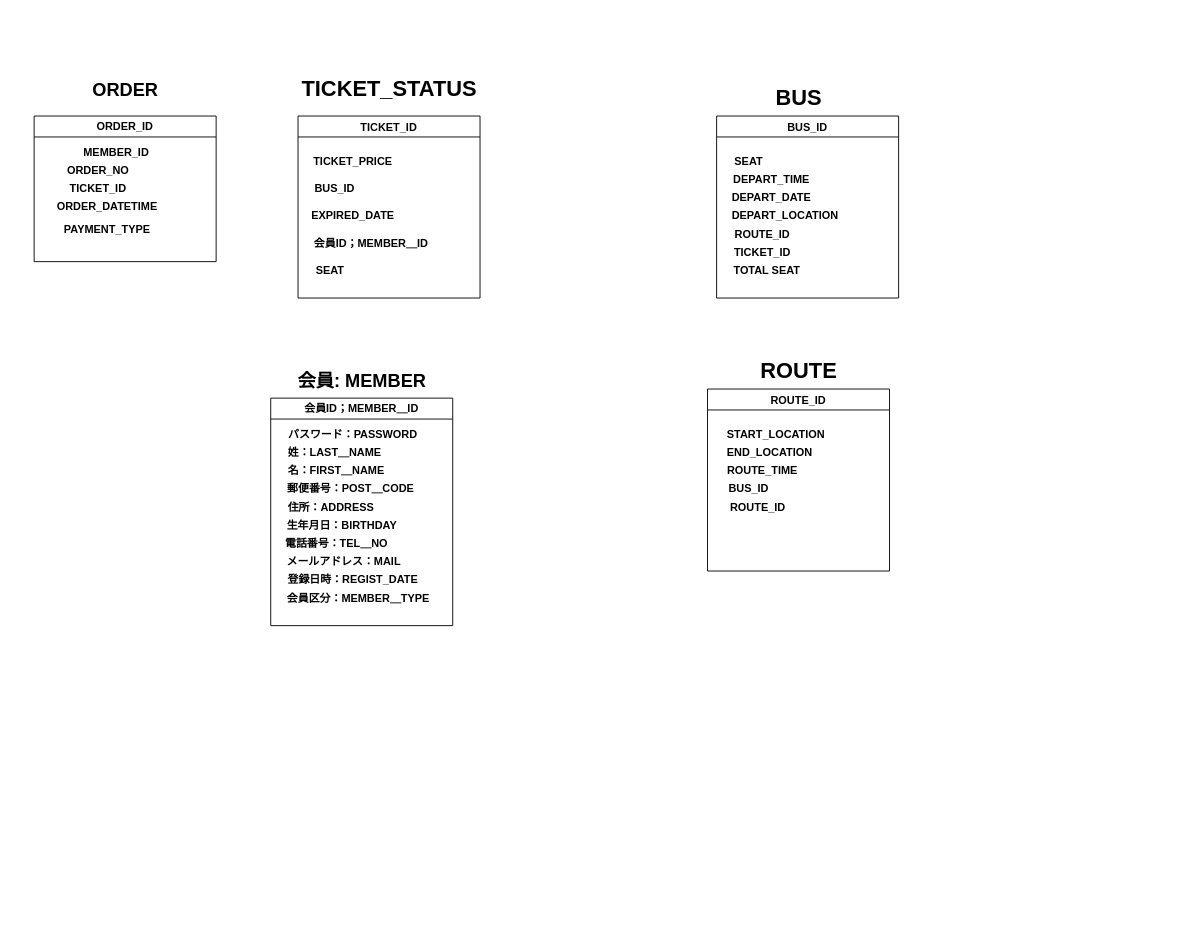
Before: Untitled Diagram.drawio in AnhTuan-Nguyen99/ERMap, a draw.io diagram. Source tidied: cells renumbered, new cells numbered last; positions are measured from the earlier drawing's top-left corner, leaving out a move shared by most shapes. Both pictures are drawn from the tidied source at 91%, with x=0, y=0 at pixel (15, 70).
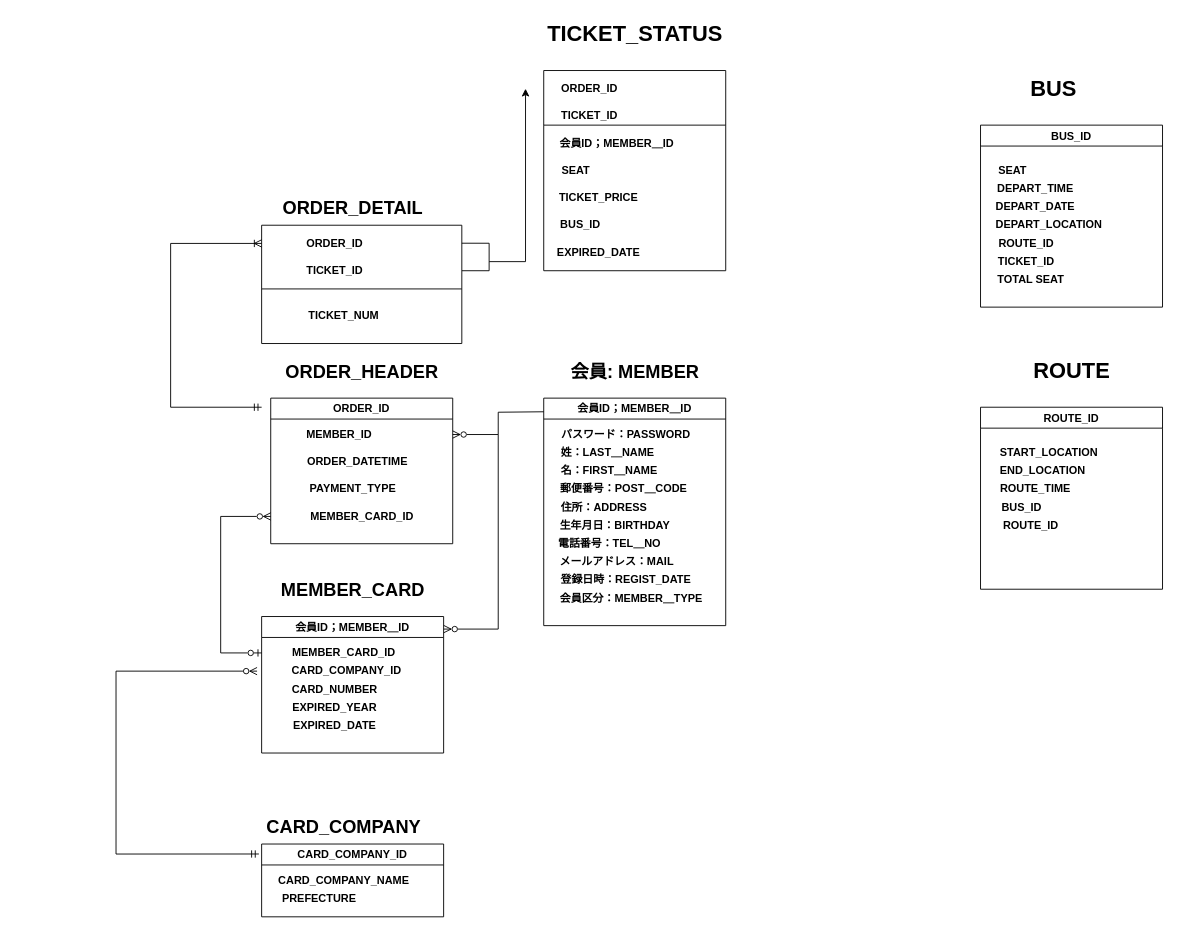
The same page after the edit.

The edit, as a diff of the source:
```diff
@@
     <mxCell id="2" value="会員ID；MEMBER＿ID" style="swimlane;whiteSpace=wrap;html=1;" parent="1" vertex="1">
-      <mxGeometry x="280" y="360" width="200" height="250" as="geometry" />
+      <mxGeometry x="580" y="360" width="200" height="250" as="geometry" />
     </mxCell>
@@
     <mxCell id="13" value="会員: MEMBER" style="text;strokeColor=none;fillColor=none;html=1;fontSize=20;fontStyle=1;verticalAlign=middle;align=center;" parent="1" vertex="1">
-      <mxGeometry x="280" y="320" width="200" height="40" as="geometry" />
+      <mxGeometry x="580" y="310" width="200" height="40" as="geometry" />
     </mxCell>
-    <mxCell id="14" value="TICKET_ID" style="swimlane;" parent="1" vertex="1">
-      <mxGeometry x="310" y="50" width="200" height="200" as="geometry" />
+    <mxCell id="14" style="swimlane;strokeColor=default;perimeterSpacing=0;strokeWidth=1;swimlaneLine=1;glass=0;shadow=0;startSize=60;" parent="1" vertex="1">
+      <mxGeometry x="580" width="200" height="220" as="geometry" />
     </mxCell>
     <mxCell id="15" value="TICKET_PRICE" style="text;strokeColor=none;fillColor=none;html=1;fontSize=12;fontStyle=1;verticalAlign=middle;align=center;" parent="14" vertex="1">
-      <mxGeometry x="-30" y="40" width="180" height="20" as="geometry" />
+      <mxGeometry x="-30" y="130" width="180" height="20" as="geometry" />
     </mxCell>
     <mxCell id="16" value="BUS_ID" style="text;strokeColor=none;fillColor=none;html=1;fontSize=12;fontStyle=1;verticalAlign=middle;align=center;" parent="14" vertex="1">
-      <mxGeometry x="-50" y="70" width="180" height="20" as="geometry" />
+      <mxGeometry x="-50" y="160" width="180" height="20" as="geometry" />
     </mxCell>
     <mxCell id="17" value="EXPIRED_DATE" style="text;strokeColor=none;fillColor=none;html=1;fontSize=12;fontStyle=1;verticalAlign=middle;align=center;" parent="14" vertex="1">
-      <mxGeometry x="-30" y="100" width="180" height="20" as="geometry" />
+      <mxGeometry x="-30" y="190" width="180" height="20" as="geometry" />
     </mxCell>
     <mxCell id="18" value="会員ID；MEMBER＿ID" style="text;strokeColor=none;fillColor=none;html=1;fontSize=12;fontStyle=1;verticalAlign=middle;align=center;" parent="14" vertex="1">
-      <mxGeometry x="-10" y="130" width="180" height="20" as="geometry" />
+      <mxGeometry x="-10" y="70" width="180" height="20" as="geometry" />
     </mxCell>
     <mxCell id="19" value="SEAT" style="text;strokeColor=none;fillColor=none;html=1;fontSize=12;fontStyle=1;verticalAlign=middle;align=center;" parent="14" vertex="1">
-      <mxGeometry x="-60" y="160" width="190" height="20" as="geometry" />
+      <mxGeometry x="-60" y="100" width="190" height="20" as="geometry" />
     </mxCell>
+    <mxCell id="44" value="TICKET_ID" style="text;strokeColor=none;fillColor=none;html=1;fontSize=12;fontStyle=1;verticalAlign=middle;align=center;" parent="14" vertex="1">
+      <mxGeometry x="-90" y="40" width="280" height="20" as="geometry" />
+    </mxCell>
+    <mxCell id="45" value="ORDER_ID" style="text;strokeColor=none;fillColor=none;html=1;fontSize=12;fontStyle=1;verticalAlign=middle;align=center;" parent="14" vertex="1">
+      <mxGeometry x="-1.2" width="102.5" height="40" as="geometry" />
+    </mxCell>
     <mxCell id="20" value="TICKET_STATUS" style="text;strokeColor=none;fillColor=none;html=1;fontSize=24;fontStyle=1;verticalAlign=middle;align=center;" parent="1" vertex="1">
-      <mxGeometry x="310" width="200" height="40" as="geometry" />
+      <mxGeometry x="580" y="-60" width="200" height="40" as="geometry" />
     </mxCell>
     <mxCell id="21" value="BUS_ID" style="swimlane;" parent="1" vertex="1">
-      <mxGeometry x="770" y="50" width="200" height="200" as="geometry" />
+      <mxGeometry x="1060" y="60" width="200" height="200" as="geometry" />
     </mxCell>
@@
     <mxCell id="29" value="BUS" style="text;strokeColor=none;fillColor=none;html=1;fontSize=24;fontStyle=1;verticalAlign=middle;align=center;" parent="1" vertex="1">
-      <mxGeometry x="760" y="10" width="200" height="40" as="geometry" />
+      <mxGeometry x="1040" width="200" height="40" as="geometry" />
     </mxCell>
     <mxCell id="30" value="ROUTE_ID" style="swimlane;" parent="1" vertex="1">
-      <mxGeometry x="760" y="350" width="200" height="200" as="geometry" />
+      <mxGeometry x="1060" y="370" width="200" height="200" as="geometry" />
     </mxCell>
@@
     <mxCell id="36" value="ROUTE" style="text;strokeColor=none;fillColor=none;html=1;fontSize=24;fontStyle=1;verticalAlign=middle;align=center;" parent="1" vertex="1">
-      <mxGeometry x="760" y="310" width="200" height="40" as="geometry" />
+      <mxGeometry x="1060" y="310" width="200" height="40" as="geometry" />
     </mxCell>
     <mxCell id="37" value="ORDER_ID" style="swimlane;whiteSpace=wrap;html=1;" parent="1" vertex="1">
-      <mxGeometry x="20" y="50" width="200" height="160" as="geometry" />
+      <mxGeometry x="280" y="360" width="200" height="160" as="geometry" />
     </mxCell>
     <mxCell id="38" value="MEMBER_ID" style="text;strokeColor=none;fillColor=none;html=1;fontSize=12;fontStyle=1;verticalAlign=middle;align=center;" parent="37" vertex="1">
-      <mxGeometry y="30" width="180" height="20" as="geometry" />
+      <mxGeometry x="-30" y="30" width="210" height="20" as="geometry" />
     </mxCell>
-    <mxCell id="39" value="ORDER_NO" style="text;strokeColor=none;fillColor=none;html=1;fontSize=12;fontStyle=1;verticalAlign=middle;align=center;" parent="37" vertex="1">
-      <mxGeometry x="-20" y="50" width="180" height="20" as="geometry" />
-    </mxCell>
-    <mxCell id="40" value="TICKET_ID" style="text;strokeColor=none;fillColor=none;html=1;fontSize=12;fontStyle=1;verticalAlign=middle;align=center;" parent="37" vertex="1">
-      <mxGeometry x="-20" y="70" width="180" height="20" as="geometry" />
-    </mxCell>
     <mxCell id="41" value="ORDER_DATETIME" style="text;strokeColor=none;fillColor=none;html=1;fontSize=12;fontStyle=1;verticalAlign=middle;align=center;" parent="37" vertex="1">
-      <mxGeometry x="-10" y="90" width="180" height="20" as="geometry" />
+      <mxGeometry y="60" width="190" height="20" as="geometry" />
     </mxCell>
     <mxCell id="42" value="PAYMENT_TYPE" style="text;strokeColor=none;fillColor=none;html=1;fontSize=12;fontStyle=1;verticalAlign=middle;align=center;" parent="37" vertex="1">
-      <mxGeometry x="-10" y="115" width="180" height="20" as="geometry" />
+      <mxGeometry x="-10" y="90" width="200" height="20" as="geometry" />
     </mxCell>
+    <mxCell id="46" value="MEMBER_CARD_ID" style="text;strokeColor=none;fillColor=none;html=1;fontSize=12;fontStyle=1;verticalAlign=middle;align=center;" parent="37" vertex="1">
+      <mxGeometry x="10" y="120" width="180" height="20" as="geometry" />
+    </mxCell>
-    <mxCell id="43" value="ORDER" style="text;strokeColor=none;fillColor=none;html=1;fontSize=20;fontStyle=1;verticalAlign=middle;align=center;" parent="1" vertex="1">
-      <mxGeometry x="20" width="200" height="40" as="geometry" />
+    <mxCell id="43" value="ORDER_HEADER" style="text;strokeColor=none;fillColor=none;html=1;fontSize=20;fontStyle=1;verticalAlign=middle;align=center;" parent="1" vertex="1">
+      <mxGeometry x="280" y="310" width="200" height="40" as="geometry" />
     </mxCell>
+    <mxCell id="47" style="edgeStyle=orthogonalEdgeStyle;rounded=0;jettySize=auto;html=1;" parent="1" edge="1" source="49">
+      <mxGeometry relative="1" as="geometry">
+        <mxPoint x="560" y="20" as="targetPoint" />
+        <Array as="points">
+          <mxPoint x="520" y="220" />
+          <mxPoint x="520" y="210" />
+          <mxPoint x="560" y="210" />
+        </Array>
+      </mxGeometry>
+    </mxCell>
+    <mxCell id="48" style="edgeStyle=orthogonalEdgeStyle;rounded=0;jettySize=auto;html=1;exitX=0.994;exitY=0.152;exitDx=0;exitDy=0;exitPerimeter=0;endArrow=none;endFill=0;" parent="1" edge="1" source="49">
+      <mxGeometry relative="1" as="geometry">
+        <mxPoint x="520" y="210" as="targetPoint" />
+      </mxGeometry>
+    </mxCell>
+    <mxCell id="49" style="swimlane;whiteSpace=wrap;html=1;startSize=70;align=center;spacing=-6;spacingTop=7;shadow=0;" parent="1" vertex="1">
+      <mxGeometry x="270" y="170" width="220" height="130" as="geometry" />
+    </mxCell>
+    <mxCell id="50" value="TICKET_NUM" style="text;strokeColor=none;fillColor=none;html=1;fontSize=12;fontStyle=1;verticalAlign=middle;align=center;" parent="49" vertex="1">
+      <mxGeometry y="90" width="180" height="20" as="geometry" />
+    </mxCell>
+    <mxCell id="51" value="ORDER_ID" style="text;strokeColor=none;fillColor=none;html=1;fontSize=12;fontStyle=1;verticalAlign=middle;align=center;" parent="49" vertex="1">
+      <mxGeometry x="28.8" width="102.5" height="40" as="geometry" />
+    </mxCell>
+    <mxCell id="52" value="TICKET_ID" style="text;strokeColor=none;fillColor=none;html=1;fontSize=12;fontStyle=1;verticalAlign=middle;align=center;" parent="49" vertex="1">
+      <mxGeometry x="-10" y="40" width="180" height="20" as="geometry" />
+    </mxCell>
+    <mxCell id="53" value="ORDER_DETAIL" style="text;strokeColor=none;fillColor=none;html=1;fontSize=20;fontStyle=1;verticalAlign=middle;align=center;" parent="1" vertex="1">
+      <mxGeometry x="270" y="130" width="200" height="40" as="geometry" />
+    </mxCell>
+    <mxCell id="54" style="edgeStyle=orthogonalEdgeStyle;rounded=0;jettySize=auto;html=1;entryX=1;entryY=0.25;entryDx=0;entryDy=0;endArrow=ERzeroToMany;endFill=0;startArrow=none;startFill=0;" parent="1" edge="1" target="37">
+      <mxGeometry relative="1" as="geometry">
+        <mxPoint x="580" y="375" as="sourcePoint" />
+      </mxGeometry>
+    </mxCell>
+    <mxCell id="55" value="MEMBER_CARD" style="text;strokeColor=none;fillColor=none;html=1;fontSize=20;fontStyle=1;verticalAlign=middle;align=center;" parent="1" vertex="1">
+      <mxGeometry x="270" y="550" width="200" height="40" as="geometry" />
+    </mxCell>
+    <mxCell id="56" value="会員ID；MEMBER＿ID" style="swimlane;whiteSpace=wrap;html=1;" parent="1" vertex="1">
+      <mxGeometry x="270" y="600" width="200" height="150" as="geometry" />
+    </mxCell>
+    <mxCell id="57" value="MEMBER_CARD_ID" style="text;strokeColor=none;fillColor=none;html=1;fontSize=12;fontStyle=1;verticalAlign=middle;align=center;" parent="56" vertex="1">
+      <mxGeometry y="30" width="180" height="20" as="geometry" />
+    </mxCell>
+    <mxCell id="58" value="CARD_COMPANY_ID" style="text;strokeColor=none;fillColor=none;html=1;fontSize=12;fontStyle=1;verticalAlign=middle;align=center;" parent="56" vertex="1">
+      <mxGeometry x="-15" y="50" width="215" height="20" as="geometry" />
+    </mxCell>
+    <mxCell id="59" value="CARD_NUMBER" style="text;strokeColor=none;fillColor=none;html=1;fontSize=12;fontStyle=1;verticalAlign=middle;align=center;" parent="56" vertex="1">
+      <mxGeometry x="-20" y="70" width="200" height="20" as="geometry" />
+    </mxCell>
+    <mxCell id="60" value="EXPIRED_YEAR" style="text;strokeColor=none;fillColor=none;html=1;fontSize=12;fontStyle=1;verticalAlign=middle;align=center;" parent="56" vertex="1">
+      <mxGeometry x="-10" y="90" width="180" height="20" as="geometry" />
+    </mxCell>
+    <mxCell id="61" value="EXPIRED_DATE" style="text;strokeColor=none;fillColor=none;html=1;fontSize=12;fontStyle=1;verticalAlign=middle;align=center;" parent="56" vertex="1">
+      <mxGeometry x="-30" y="110" width="220" height="20" as="geometry" />
+    </mxCell>
+    <mxCell id="62" value="CARD_COMPANY_ID" style="swimlane;whiteSpace=wrap;html=1;" parent="1" vertex="1">
+      <mxGeometry x="270" y="850" width="200" height="80" as="geometry" />
+    </mxCell>
+    <mxCell id="63" value="CARD_COMPANY_NAME" style="text;strokeColor=none;fillColor=none;html=1;fontSize=12;fontStyle=1;verticalAlign=middle;align=center;" parent="62" vertex="1">
+      <mxGeometry y="30" width="180" height="20" as="geometry" />
+    </mxCell>
+    <mxCell id="64" value="PREFECTURE" style="text;strokeColor=none;fillColor=none;html=1;fontSize=12;fontStyle=1;verticalAlign=middle;align=center;" parent="62" vertex="1">
+      <mxGeometry x="-45" y="50" width="215" height="20" as="geometry" />
+    </mxCell>
+    <mxCell id="65" value="CARD_COMPANY" style="text;strokeColor=none;fillColor=none;html=1;fontSize=20;fontStyle=1;verticalAlign=middle;align=center;" parent="1" vertex="1">
+      <mxGeometry x="260" y="810" width="200" height="40" as="geometry" />
+    </mxCell>
+    <mxCell id="66" style="edgeStyle=orthogonalEdgeStyle;rounded=0;jettySize=auto;html=1;entryX=1.001;entryY=0.092;entryDx=0;entryDy=0;entryPerimeter=0;endArrow=ERzeroToMany;endFill=0;" parent="1" edge="1" target="56">
+      <mxGeometry relative="1" as="geometry">
+        <mxPoint x="530" y="400" as="sourcePoint" />
+        <Array as="points">
+          <mxPoint x="530" y="614" />
+        </Array>
+      </mxGeometry>
+    </mxCell>
+    <mxCell id="67" style="edgeStyle=elbowEdgeStyle;rounded=0;jettySize=auto;html=1;entryX=0;entryY=0.75;entryDx=0;entryDy=0;exitX=0;exitY=0.5;exitDx=0;exitDy=0;endArrow=ERzeroToMany;endFill=0;startArrow=ERzeroToOne;startFill=0;" parent="1" edge="1" source="57">
+      <mxGeometry relative="1" as="geometry">
+        <mxPoint x="280" y="490" as="targetPoint" />
+        <Array as="points">
+          <mxPoint x="225" y="590" />
+          <mxPoint x="220" y="490" />
+          <mxPoint x="220" y="490" />
+        </Array>
+      </mxGeometry>
+    </mxCell>
+    <mxCell id="68" style="edgeStyle=orthogonalEdgeStyle;rounded=0;jettySize=auto;html=1;entryX=0;entryY=0.5;entryDx=0;entryDy=0;endArrow=ERzeroToMany;endFill=0;startArrow=ERmandOne;startFill=0;exitX=-0.015;exitY=0.137;exitDx=0;exitDy=0;exitPerimeter=0;" parent="1" edge="1" source="62">
+      <mxGeometry relative="1" as="geometry">
+        <mxPoint x="265" y="660" as="targetPoint" />
+        <Array as="points">
+          <mxPoint x="110" y="861" />
+          <mxPoint x="110" y="660" />
+        </Array>
+      </mxGeometry>
+    </mxCell>
+    <mxCell id="69" style="edgeStyle=orthogonalEdgeStyle;rounded=0;orthogonalLoop=1;jettySize=auto;html=1;endArrow=ERoneToMany;endFill=0;startArrow=ERmandOne;startFill=0;" parent="1" edge="1">
+      <mxGeometry relative="1" as="geometry">
+        <mxPoint x="270" y="370" as="sourcePoint" />
+        <mxPoint x="270" y="190" as="targetPoint" />
+        <Array as="points">
+          <mxPoint x="170" y="370" />
+          <mxPoint x="170" y="190" />
+        </Array>
+      </mxGeometry>
+    </mxCell>
+    <mxCell id="70" style="whiteSpace=wrap;html=1;" parent="1" vertex="1">
+      <mxGeometry x="280" y="230" as="geometry" />
+    </mxCell>
```
